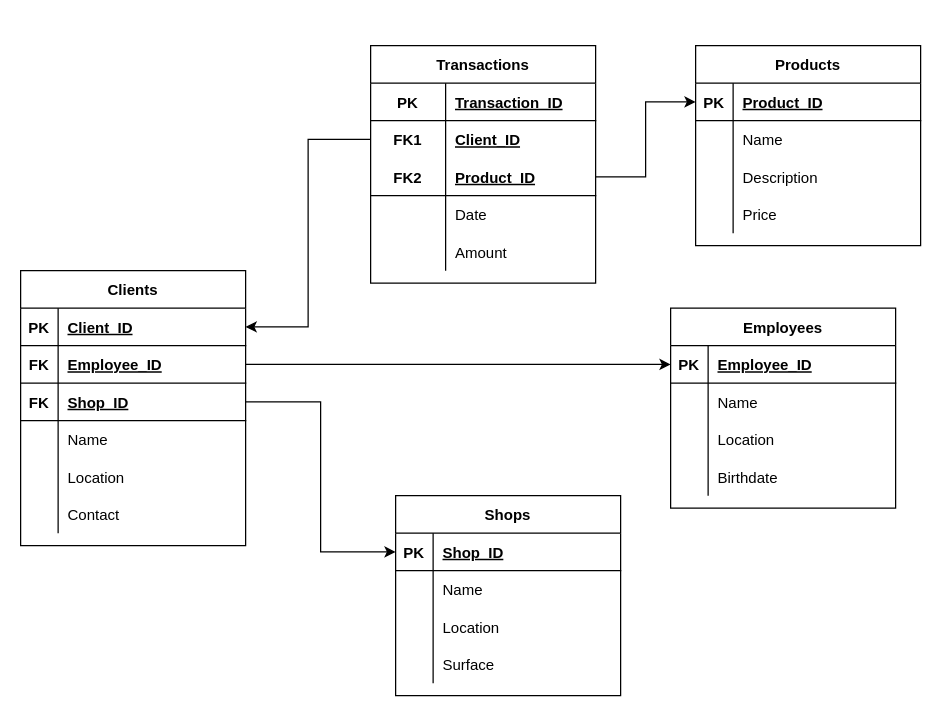
eric-martinet/IRONLABS keeps this draw.io diagram as Module01/Relational database diagram.drawio. Above is the earlier version. Source tidied: cells renumbered, new cells numbered last; positions are measured from the earlier drawing's top-left corner, leaving out a move shared by most shapes. Both pictures are drawn from the tidied source at 125%, with x=0, y=0 at pixel (20, 45).
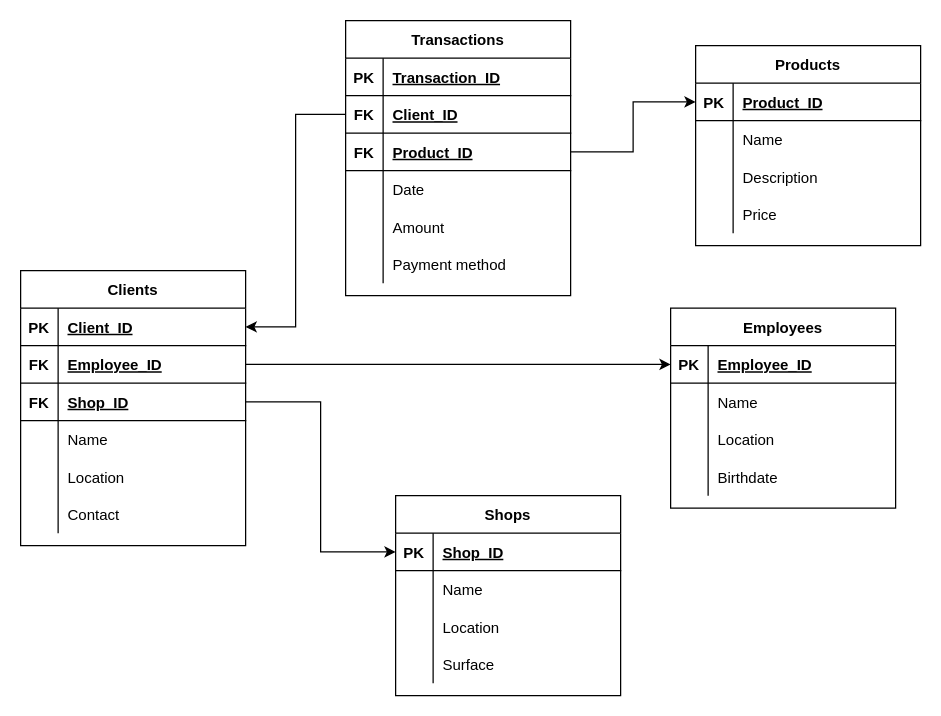
After the change.

Unchanged cells that the change refers to:
```xml
<mxCell id="3" style="shape=tableRow;horizontal=0;startSize=0;swimlaneHead=0;swimlaneBody=0;fillColor=none;points=[[0,0.5],[1,0.5]];portConstraint=eastwest;top=0;left=0;right=0;bottom=1;" parent="2" vertex="1">
  <mxGeometry y="30" width="180" height="30" as="geometry" />
</mxCell>
<mxCell id="35" style="shape=tableRow;horizontal=0;startSize=0;swimlaneHead=0;swimlaneBody=0;fillColor=none;points=[[0,0.5],[1,0.5]];portConstraint=eastwest;top=0;left=0;right=0;bottom=1;" parent="34" vertex="1">
  <mxGeometry y="30" width="180" height="30" as="geometry" />
</mxCell>
```

Change to the diagram source:
```diff
@@
-    <mxCell id="62" value="Transactions" style="shape=table;startSize=30;childLayout=tableLayout;rowLines=0;fontStyle=1;align=center;" parent="1" vertex="1">
-      <mxGeometry x="280" width="180" height="190" as="geometry" />
+    <mxCell id="62" value="Transactions" style="shape=table;startSize=30;childLayout=tableLayout;rowLines=0;fontStyle=1;align=center;strokeColor=default;" parent="1" vertex="1">
+      <mxGeometry x="260" y="-20" width="180" height="220" as="geometry" />
     </mxCell>
-    <mxCell id="63" style="shape=tableRow;horizontal=0;startSize=0;swimlaneHead=0;swimlaneBody=0;fillColor=none;top=0;left=0;right=0;bottom=1;" parent="62" vertex="1">
-      <mxGeometry y="30" width="180" height="30" as="geometry" />
-    </mxCell>
+    <mxCell id="80" style="shape=tableRow;horizontal=0;startSize=0;swimlaneHead=0;swimlaneBody=0;fillColor=none;top=0;left=0;right=0;bottom=1;strokeColor=default;" parent="62" vertex="1">
+      <mxGeometry y="30" width="180" height="30" as="geometry" />
+    </mxCell>
-    <mxCell id="64" value="PK" style="shape=partialRectangle;fillColor=none;top=0;left=0;bottom=0;right=0;fontStyle=1;overflow=hidden;" parent="63" vertex="1">
-      <mxGeometry width="60" height="30" as="geometry" />
+    <mxCell id="64" value="PK" style="shape=partialRectangle;fillColor=none;top=0;left=0;bottom=0;right=0;fontStyle=1;overflow=hidden;strokeColor=default;" parent="80" vertex="1">
+      <mxGeometry width="30" height="30" as="geometry" />
     </mxCell>
-    <mxCell id="65" value="Transaction_ID" style="shape=partialRectangle;fillColor=none;top=0;left=0;bottom=0;right=0;align=left;spacingLeft=6;fontStyle=5;overflow=hidden;" parent="63" vertex="1">
-      <mxGeometry x="60" width="120" height="30" as="geometry" />
+    <mxCell id="65" value="Transaction_ID" style="shape=partialRectangle;fillColor=none;top=0;left=0;bottom=0;right=0;align=left;spacingLeft=6;fontStyle=5;overflow=hidden;strokeColor=default;" parent="80" vertex="1">
+      <mxGeometry x="30" width="150" height="30" as="geometry" />
     </mxCell>
-    <mxCell id="66" style="shape=tableRow;horizontal=0;startSize=0;swimlaneHead=0;swimlaneBody=0;fillColor=none;points=[[0,0.5],[1,0.5]];portConstraint=eastwest;top=0;left=0;right=0;bottom=0;" parent="62" vertex="1">
-      <mxGeometry y="60" width="180" height="30" as="geometry" />
-    </mxCell>
-    <mxCell id="67" value="FK1" style="shape=partialRectangle;fillColor=none;top=0;left=0;bottom=0;right=0;fontStyle=1;overflow=hidden;" parent="66" vertex="1">
-      <mxGeometry width="60" height="30" as="geometry" />
-    </mxCell>
+    <mxCell id="81" style="shape=tableRow;horizontal=0;startSize=0;swimlaneHead=0;swimlaneBody=0;fillColor=none;points=[[0,0.5],[1,0.5]];portConstraint=eastwest;top=0;left=0;right=0;bottom=1;strokeColor=default;" parent="62" vertex="1">
+      <mxGeometry y="60" width="180" height="30" as="geometry" />
+    </mxCell>
+    <mxCell id="82" value="FK" style="shape=partialRectangle;fillColor=none;top=0;left=0;bottom=0;right=0;fontStyle=1;overflow=hidden;strokeColor=default;" parent="81" vertex="1">
+      <mxGeometry width="30" height="30" as="geometry" />
+    </mxCell>
-    <mxCell id="68" value="Client_ID" style="shape=partialRectangle;fillColor=none;top=0;left=0;bottom=0;right=0;align=left;spacingLeft=6;fontStyle=5;overflow=hidden;" parent="66" vertex="1">
-      <mxGeometry x="60" width="120" height="30" as="geometry" />
+    <mxCell id="68" value="Client_ID" style="shape=partialRectangle;fillColor=none;top=0;left=0;bottom=0;right=0;align=left;spacingLeft=6;fontStyle=5;overflow=hidden;strokeColor=default;" parent="81" vertex="1">
+      <mxGeometry x="30" width="150" height="30" as="geometry" />
     </mxCell>
-    <mxCell id="69" style="shape=tableRow;horizontal=0;startSize=0;swimlaneHead=0;swimlaneBody=0;fillColor=none;points=[[0,0.5],[1,0.5]];portConstraint=eastwest;top=0;left=0;right=0;bottom=1;" parent="62" vertex="1">
-      <mxGeometry y="90" width="180" height="30" as="geometry" />
-    </mxCell>
-    <mxCell id="70" value="FK2" style="shape=partialRectangle;fillColor=none;top=0;left=0;bottom=0;right=0;fontStyle=1;overflow=hidden;" parent="69" vertex="1">
-      <mxGeometry width="60" height="30" as="geometry" />
-    </mxCell>
+    <mxCell id="83" style="shape=tableRow;horizontal=0;startSize=0;swimlaneHead=0;swimlaneBody=0;fillColor=none;points=[[0,0.5],[1,0.5]];portConstraint=eastwest;top=0;left=0;right=0;bottom=1;strokeColor=default;" parent="62" vertex="1">
+      <mxGeometry y="90" width="180" height="30" as="geometry" />
+    </mxCell>
+    <mxCell id="84" value="FK" style="shape=partialRectangle;fillColor=none;top=0;left=0;bottom=0;right=0;fontStyle=1;overflow=hidden;strokeColor=default;" parent="83" vertex="1">
+      <mxGeometry width="30" height="30" as="geometry" />
+    </mxCell>
-    <mxCell id="71" value="Product_ID" style="shape=partialRectangle;fillColor=none;top=0;left=0;bottom=0;right=0;align=left;spacingLeft=6;fontStyle=5;overflow=hidden;" parent="69" vertex="1">
-      <mxGeometry x="60" width="120" height="30" as="geometry" />
+    <mxCell id="71" value="Product_ID" style="shape=partialRectangle;fillColor=none;top=0;left=0;bottom=0;right=0;align=left;spacingLeft=6;fontStyle=5;overflow=hidden;strokeColor=default;" parent="83" vertex="1">
+      <mxGeometry x="30" width="150" height="30" as="geometry" />
     </mxCell>
-    <mxCell id="72" style="shape=tableRow;horizontal=0;startSize=0;swimlaneHead=0;swimlaneBody=0;fillColor=none;top=0;left=0;right=0;bottom=0;" parent="62" vertex="1">
-      <mxGeometry y="120" width="180" height="30" as="geometry" />
-    </mxCell>
-    <mxCell id="73" style="shape=partialRectangle;fillColor=none;top=0;left=0;bottom=0;right=0;overflow=hidden;" parent="72" vertex="1">
-      <mxGeometry width="60" height="30" as="geometry" />
-    </mxCell>
+    <mxCell id="85" style="shape=tableRow;horizontal=0;startSize=0;swimlaneHead=0;swimlaneBody=0;fillColor=none;top=0;left=0;right=0;bottom=0;strokeColor=default;" parent="62" vertex="1">
+      <mxGeometry y="120" width="180" height="30" as="geometry" />
+    </mxCell>
+    <mxCell id="86" style="shape=partialRectangle;fillColor=none;top=0;left=0;bottom=0;right=0;overflow=hidden;strokeColor=default;" parent="85" vertex="1">
+      <mxGeometry width="30" height="30" as="geometry" />
+    </mxCell>
-    <mxCell id="74" value="Date" style="shape=partialRectangle;fillColor=none;top=0;left=0;bottom=0;right=0;align=left;spacingLeft=6;overflow=hidden;" parent="72" vertex="1">
-      <mxGeometry x="60" width="120" height="30" as="geometry" />
+    <mxCell id="74" value="Date" style="shape=partialRectangle;fillColor=none;top=0;left=0;bottom=0;right=0;align=left;spacingLeft=6;overflow=hidden;strokeColor=default;" parent="85" vertex="1">
+      <mxGeometry x="30" width="150" height="30" as="geometry" />
     </mxCell>
-    <mxCell id="75" style="shape=tableRow;horizontal=0;startSize=0;swimlaneHead=0;swimlaneBody=0;fillColor=none;top=0;left=0;right=0;bottom=0;" parent="62" vertex="1">
-      <mxGeometry y="150" width="180" height="30" as="geometry" />
-    </mxCell>
-    <mxCell id="76" style="shape=partialRectangle;fillColor=none;top=0;left=0;bottom=0;right=0;overflow=hidden;" parent="75" vertex="1">
-      <mxGeometry width="60" height="30" as="geometry" />
-    </mxCell>
+    <mxCell id="87" style="shape=tableRow;horizontal=0;startSize=0;swimlaneHead=0;swimlaneBody=0;fillColor=none;top=0;left=0;right=0;bottom=0;strokeColor=default;" parent="62" vertex="1">
+      <mxGeometry y="150" width="180" height="30" as="geometry" />
+    </mxCell>
+    <mxCell id="88" style="shape=partialRectangle;fillColor=none;top=0;left=0;bottom=0;right=0;overflow=hidden;strokeColor=default;" parent="87" vertex="1">
+      <mxGeometry width="30" height="30" as="geometry" />
+    </mxCell>
-    <mxCell id="77" value="Amount" style="shape=partialRectangle;fillColor=none;top=0;left=0;bottom=0;right=0;align=left;spacingLeft=6;overflow=hidden;" parent="75" vertex="1">
-      <mxGeometry x="60" width="120" height="30" as="geometry" />
+    <mxCell id="77" value="Amount" style="shape=partialRectangle;fillColor=none;top=0;left=0;bottom=0;right=0;align=left;spacingLeft=6;overflow=hidden;strokeColor=default;" parent="87" vertex="1">
+      <mxGeometry x="30" width="150" height="30" as="geometry" />
     </mxCell>
-    <mxCell id="78" style="edgeStyle=orthogonalEdgeStyle;rounded=0;jettySize=auto;html=1;exitX=0;exitY=0.5;exitDx=0;exitDy=0;entryX=1;entryY=0.5;entryDx=0;entryDy=0;" parent="1" edge="1" source="66" target="3">
-      <mxGeometry relative="1" as="geometry" />
-    </mxCell>
-    <mxCell id="79" style="edgeStyle=orthogonalEdgeStyle;rounded=0;jettySize=auto;html=1;exitX=1;exitY=0.5;exitDx=0;exitDy=0;entryX=0;entryY=0.5;entryDx=0;entryDy=0;" parent="1" edge="1" source="69" target="35">
-      <mxGeometry relative="1" as="geometry" />
-    </mxCell>
+    <mxCell id="89" style="shape=tableRow;horizontal=0;startSize=0;swimlaneHead=0;swimlaneBody=0;fillColor=none;top=0;left=0;right=0;bottom=0;strokeColor=default;" parent="62" vertex="1">
+      <mxGeometry y="180" width="180" height="30" as="geometry" />
+    </mxCell>
+    <mxCell id="90" style="shape=partialRectangle;fillColor=none;top=0;left=0;bottom=0;right=0;overflow=hidden;strokeColor=default;" parent="89" vertex="1">
+      <mxGeometry width="30" height="30" as="geometry" />
+    </mxCell>
+    <mxCell id="91" value="Payment method" style="shape=partialRectangle;fillColor=none;top=0;left=0;bottom=0;right=0;align=left;spacingLeft=6;overflow=hidden;strokeColor=default;" parent="89" vertex="1">
+      <mxGeometry x="30" width="150" height="30" as="geometry" />
+    </mxCell>
+    <mxCell id="92" style="edgeStyle=orthogonalEdgeStyle;rounded=0;jettySize=auto;html=1;exitX=0;exitY=0.5;exitDx=0;exitDy=0;entryX=1;entryY=0.5;entryDx=0;entryDy=0;" parent="1" edge="1" source="81" target="3">
+      <mxGeometry relative="1" as="geometry" />
+    </mxCell>
+    <mxCell id="93" style="edgeStyle=orthogonalEdgeStyle;rounded=0;jettySize=auto;html=1;exitX=1;exitY=0.5;exitDx=0;exitDy=0;entryX=0;entryY=0.5;entryDx=0;entryDy=0;" parent="1" edge="1" source="83" target="35">
+      <mxGeometry relative="1" as="geometry" />
+    </mxCell>
```
